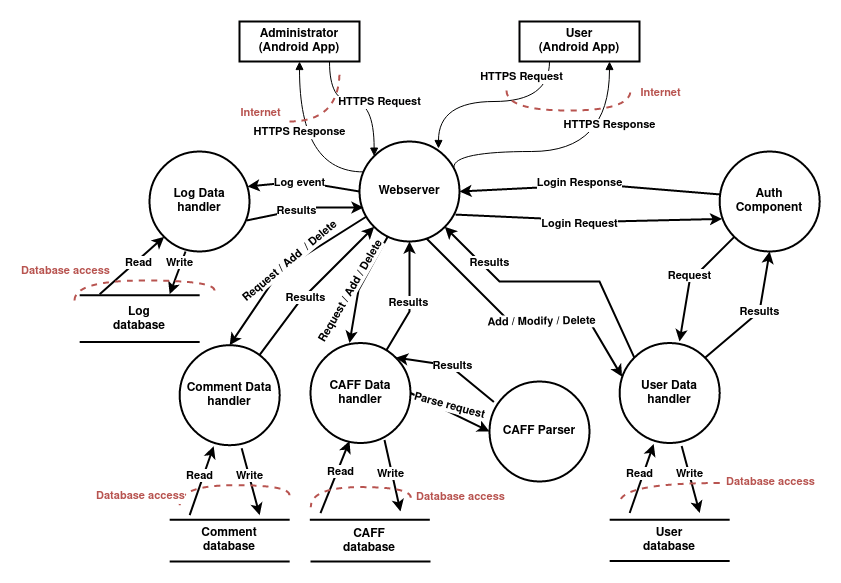
Before: Documentation/Data-flow.png, a diagram exported from draw.io (nemkrisz11/Computer-Security-Homework-2021-SHAjt). Source tidied: cells renumbered, new cells last; positions are measured from the earlier drawing's top-left corner, leaving out a move shared by most shapes.
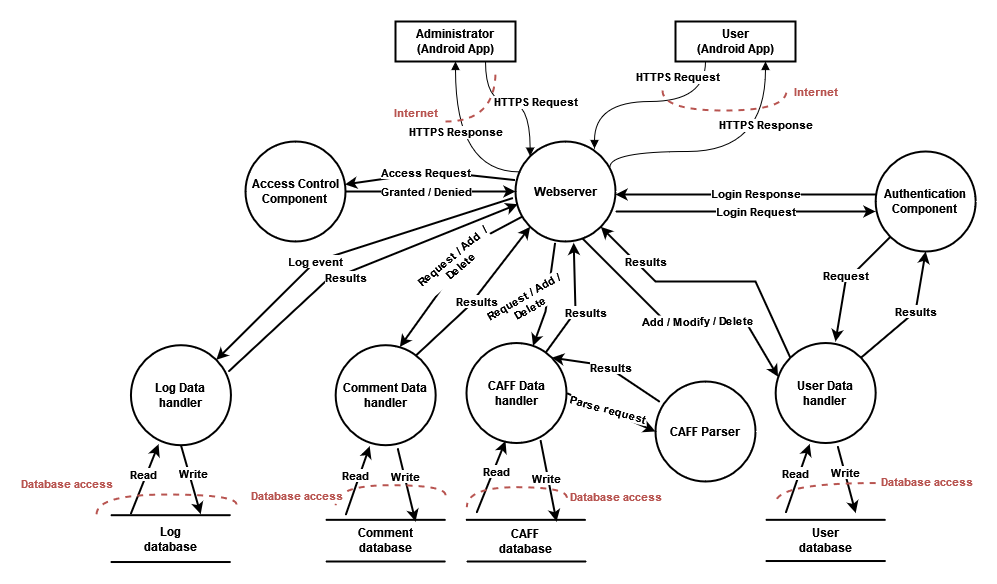
After the commit.

Commit message:
Updated data-flow diagram with Access Control Component

Change to the diagram source:
```diff
@@ -2,6 +2,18 @@
   <root>
     <mxCell id="0" />
     <mxCell id="1" parent="0" />
+    <mxCell id="80" style="endArrow=classic;html=1;rounded=0;strokeWidth=2;elbow=vertical;entryX=0.023;entryY=0.627;entryDx=0;entryDy=0;exitX=0.974;exitY=0.265;exitDx=0;exitDy=0;entryPerimeter=0;exitPerimeter=0;" parent="1" edge="1" source="68" target="2">
+      <mxGeometry relative="1" as="geometry">
+        <Array as="points">
+          <mxPoint x="95" y="260" />
+        </Array>
+      </mxGeometry>
+    </mxCell>
+    <mxCell id="81" value="&lt;b&gt;Results&lt;/b&gt;" style="edgeLabel;html=1;align=center;verticalAlign=middle;fontColor=#000000;rotation=0;" parent="80" vertex="1">
+      <mxGeometry x="0.35" relative="1" as="geometry">
+        <mxPoint x="-70" y="32" as="offset" />
+      </mxGeometry>
+    </mxCell>
     <mxCell id="2" value="&lt;div&gt;&lt;b&gt;Webserver&lt;/b&gt;&lt;/div&gt;" style="ellipse;whiteSpace=wrap;html=1;strokeWidth=2;" parent="1" vertex="1">
       <mxGeometry x="285" y="120" width="100" height="100" as="geometry" />
     </mxCell>
@@ -31,7 +43,7 @@
         </Array>
       </mxGeometry>
     </mxCell>
-    <mxCell id="9" value="&lt;div&gt;&lt;b&gt;Auth&lt;/b&gt;&lt;/div&gt;&lt;div&gt;&lt;b&gt; Component&lt;br&gt;&lt;/b&gt;&lt;/div&gt;" style="ellipse;whiteSpace=wrap;html=1;strokeWidth=2;" parent="1" vertex="1">
+    <mxCell id="9" value="&lt;div&gt;&lt;b&gt;Authentication&lt;/b&gt;&lt;/div&gt;&lt;div&gt;&lt;b&gt; Component&lt;br&gt;&lt;/b&gt;&lt;/div&gt;" style="ellipse;whiteSpace=wrap;html=1;strokeWidth=2;" parent="1" vertex="1">
       <mxGeometry x="645.2" y="130" width="100" height="100" as="geometry" />
     </mxCell>
     <mxCell id="10" style="endArrow=none;dashed=1;html=1;strokeWidth=2;rounded=0;edgeStyle=orthogonalEdgeStyle;curved=1;elbow=vertical;fillColor=#f8cecc;strokeColor=#b85450;" parent="1" edge="1">
@@ -67,55 +79,51 @@
       <mxGeometry x="236" y="321.5" width="100" height="100" as="geometry" />
     </mxCell>
     <mxCell id="16" value="&lt;b&gt;CAFF Parser&lt;br&gt;&lt;/b&gt;" style="ellipse;whiteSpace=wrap;html=1;strokeWidth=2;" parent="1" vertex="1">
-      <mxGeometry x="415" y="360" width="100" height="100" as="geometry" />
+      <mxGeometry x="425" y="360" width="100" height="100" as="geometry" />
     </mxCell>
-    <mxCell id="17" style="endArrow=classic;html=1;rounded=0;strokeWidth=2;elbow=vertical;exitX=0.96;exitY=0.731;exitDx=0;exitDy=0;exitPerimeter=0;entryX=0.024;entryY=0.674;entryDx=0;entryDy=0;entryPerimeter=0;" parent="1" edge="1" source="2" target="9">
+    <mxCell id="17" style="endArrow=classic;html=1;rounded=0;strokeWidth=2;elbow=vertical;" parent="1" edge="1">
       <mxGeometry relative="1" as="geometry">
-        <Array as="points">
-          <mxPoint x="535" y="200" />
-        </Array>
+        <mxPoint x="385" y="190" as="sourcePoint" />
+        <mxPoint x="645" y="190" as="targetPoint" />
       </mxGeometry>
     </mxCell>
     <mxCell id="18" value="&lt;b&gt;Login Request&lt;br&gt;&lt;/b&gt;" style="edgeLabel;html=1;align=center;verticalAlign=middle;" parent="17" vertex="1">
       <mxGeometry x="0.15" y="2" relative="1" as="geometry">
-        <mxPoint x="-30" y="3" as="offset" />
+        <mxPoint x="-10" y="2" as="offset" />
       </mxGeometry>
     </mxCell>
-    <mxCell id="19" style="endArrow=classic;html=1;rounded=0;strokeWidth=2;elbow=vertical;exitX=0.01;exitY=0.43;exitDx=0;exitDy=0;entryX=1;entryY=0.5;entryDx=0;entryDy=0;exitPerimeter=0;" parent="1" edge="1" source="9" target="2">
+    <mxCell id="19" style="endArrow=classic;html=1;rounded=0;strokeWidth=2;elbow=vertical;exitX=0.01;exitY=0.43;exitDx=0;exitDy=0;exitPerimeter=0;" parent="1" edge="1" source="9">
       <mxGeometry relative="1" as="geometry">
-        <Array as="points">
-          <mxPoint x="525" y="163" />
-        </Array>
+        <mxPoint x="385" y="173" as="targetPoint" />
       </mxGeometry>
     </mxCell>
     <mxCell id="20" value="&lt;b&gt;Login Response&lt;br&gt;&lt;/b&gt;" style="edgeLabel;html=1;align=center;verticalAlign=middle;" parent="19" vertex="1">
       <mxGeometry x="0.2" y="2" relative="1" as="geometry">
-        <mxPoint x="16" y="-6" as="offset" />
+        <mxPoint x="36" y="-3" as="offset" />
       </mxGeometry>
     </mxCell>
-    <mxCell id="21" style="endArrow=classic;html=1;rounded=0;strokeWidth=2;elbow=vertical;entryX=0.5;entryY=1;entryDx=0;entryDy=0;" parent="1" edge="1" source="15" target="2">
+    <mxCell id="21" style="endArrow=classic;html=1;rounded=0;strokeWidth=2;elbow=vertical;entryX=0.582;entryY=1.013;entryDx=0;entryDy=0;entryPerimeter=0;" parent="1" edge="1" source="15" target="2">
       <mxGeometry relative="1" as="geometry">
         <Array as="points">
-          <mxPoint x="335" y="290" />
+          <mxPoint x="345" y="290" />
         </Array>
       </mxGeometry>
     </mxCell>
     <mxCell id="22" value="&lt;b&gt;Results&lt;/b&gt;" style="edgeLabel;html=1;align=center;verticalAlign=middle;fontColor=#000000;" parent="21" vertex="1">
       <mxGeometry x="0.07" y="1" relative="1" as="geometry">
-        <mxPoint x="-1" y="6" as="offset" />
+        <mxPoint x="11" y="13" as="offset" />
       </mxGeometry>
     </mxCell>
-    <mxCell id="23" style="endArrow=classic;html=1;rounded=0;strokeWidth=2;elbow=vertical;exitX=0.3;exitY=0.97;exitDx=0;exitDy=0;exitPerimeter=0;entryX=0.39;entryY=0;entryDx=0;entryDy=0;entryPerimeter=0;" parent="1" edge="1" target="15">
+    <mxCell id="23" style="endArrow=classic;html=1;rounded=0;strokeWidth=2;elbow=vertical;exitX=0.396;exitY=1.013;exitDx=0;exitDy=0;exitPerimeter=0;" parent="1" edge="1" source="2" target="15">
       <mxGeometry relative="1" as="geometry">
-        <mxPoint x="313" y="215.5" as="sourcePoint" />
         <Array as="points">
-          <mxPoint x="284" y="268.5" />
+          <mxPoint x="315" y="290" />
         </Array>
       </mxGeometry>
     </mxCell>
-    <mxCell id="24" value="&lt;b&gt;Request / Add / Delete&lt;br&gt;&lt;/b&gt;" style="edgeLabel;html=1;align=center;verticalAlign=middle;fontColor=#000000;rotation=-60;" parent="23" vertex="1">
+    <mxCell id="24" value="&lt;div&gt;&lt;b&gt;Request / Add /&lt;/b&gt;&lt;/div&gt;&lt;div&gt;&lt;b&gt; Delete&lt;/b&gt;&lt;/div&gt;" style="edgeLabel;html=1;align=center;verticalAlign=middle;fontColor=#000000;rotation=-30;" parent="23" vertex="1">
       <mxGeometry x="-0.19" y="1" relative="1" as="geometry">
-        <mxPoint x="-16" y="13" as="offset" />
+        <mxPoint x="-24" y="16" as="offset" />
       </mxGeometry>
     </mxCell>
     <mxCell id="25" style="endArrow=classic;html=1;rounded=0;strokeWidth=2;elbow=vertical;entryX=0.024;entryY=0.337;entryDx=0;entryDy=0;entryPerimeter=0;exitX=0.67;exitY=0.97;exitDx=0;exitDy=0;exitPerimeter=0;" parent="1" edge="1" source="2" target="14">
@@ -206,7 +214,7 @@
     </mxCell>
     <mxCell id="41" value="&lt;b&gt;Write&lt;/b&gt;" style="endArrow=classic;html=1;rounded=0;strokeWidth=2;elbow=vertical;exitX=0.74;exitY=0.97;exitDx=0;exitDy=0;exitPerimeter=0;" parent="1" edge="1" source="15">
       <mxGeometry x="-0.07" y="-2" relative="1" as="geometry">
-        <mxPoint x="326" y="490" as="targetPoint" />
+        <mxPoint x="326" y="500" as="targetPoint" />
         <mxPoint x="1" as="offset" />
       </mxGeometry>
     </mxCell>
@@ -268,7 +276,7 @@
     </mxCell>
     <mxCell id="52" style="endArrow=classic;html=1;rounded=0;strokeWidth=2;elbow=vertical;exitX=0.62;exitY=1.03;exitDx=0;exitDy=0;exitPerimeter=0;fontStyle=1;" parent="1" edge="1" source="46">
       <mxGeometry relative="1" as="geometry">
-        <mxPoint x="185.2" y="493.7" as="targetPoint" />
+        <mxPoint x="185" y="500" as="targetPoint" />
       </mxGeometry>
     </mxCell>
     <mxCell id="53" value="&lt;div&gt;&lt;b&gt;Write&lt;/b&gt;&lt;/div&gt;" style="edgeLabel;html=1;align=center;verticalAlign=middle;" parent="52" vertex="1">
@@ -290,28 +298,29 @@
         <mxPoint x="-89" y="7" as="offset" />
       </mxGeometry>
     </mxCell>
-    <mxCell id="56" style="endArrow=classic;html=1;rounded=0;strokeWidth=2;elbow=vertical;entryX=0.5;entryY=0;entryDx=0;entryDy=0;exitX=0.07;exitY=0.75;exitDx=0;exitDy=0;exitPerimeter=0;" parent="1" edge="1" source="2" target="46">
+    <mxCell id="56" style="endArrow=classic;html=1;rounded=0;strokeWidth=2;elbow=vertical;entryX=0.642;entryY=0.017;entryDx=0;entryDy=0;exitX=0.07;exitY=0.75;exitDx=0;exitDy=0;exitPerimeter=0;entryPerimeter=0;" parent="1" edge="1" source="2" target="46">
       <mxGeometry relative="1" as="geometry">
         <Array as="points">
-          <mxPoint x="205" y="250" />
+          <mxPoint x="245" y="220" />
         </Array>
       </mxGeometry>
     </mxCell>
-    <mxCell id="57" value="&lt;b&gt;Request / Add&amp;nbsp; / Delete&lt;/b&gt;" style="edgeLabel;html=1;align=center;verticalAlign=middle;fontColor=#000000;rotation=-40;" parent="56" vertex="1">
+    <mxCell id="57" value="&lt;div&gt;&lt;b&gt;Request / Add&amp;nbsp; /&lt;/b&gt;&lt;/div&gt;&lt;div&gt;&lt;b&gt; Delete&lt;/b&gt;&lt;/div&gt;" style="edgeLabel;html=1;align=center;verticalAlign=middle;fontColor=#000000;rotation=-40;" parent="56" vertex="1">
       <mxGeometry x="0.35" relative="1" as="geometry">
-        <mxPoint x="24" y="-32" as="offset" />
+        <mxPoint x="21" y="-37" as="offset" />
       </mxGeometry>
     </mxCell>
-    <mxCell id="58" style="endArrow=classic;html=1;rounded=0;fontColor=#B85450;strokeWidth=2;elbow=vertical;entryX=0;entryY=1;entryDx=0;entryDy=0;" parent="1" edge="1" source="46" target="2">
+    <mxCell id="58" style="endArrow=classic;html=1;rounded=0;fontColor=#B85450;strokeWidth=2;elbow=vertical;entryX=0;entryY=1;entryDx=0;entryDy=0;" parent="1" edge="1" target="2">
       <mxGeometry relative="1" as="geometry">
+        <mxPoint x="185.2" y="334.3" as="sourcePoint" />
         <Array as="points">
-          <mxPoint x="225" y="280" />
+          <mxPoint x="238.4" y="284.6" />
         </Array>
       </mxGeometry>
     </mxCell>
     <mxCell id="59" value="&lt;b&gt;Results&lt;/b&gt;" style="edgeLabel;html=1;align=center;verticalAlign=middle;fontColor=#000000;" parent="58" vertex="1">
       <mxGeometry x="-0.3" y="-1" relative="1" as="geometry">
-        <mxPoint x="9" y="-11" as="offset" />
+        <mxPoint x="15" y="-14" as="offset" />
       </mxGeometry>
     </mxCell>
     <mxCell id="60" style="endArrow=classic;html=1;rounded=0;fontColor=#000000;strokeWidth=2;elbow=vertical;exitX=1;exitY=0;exitDx=0;exitDy=0;entryX=0.5;entryY=1;entryDx=0;entryDy=0;" parent="1" edge="1" source="14" target="9">
@@ -348,7 +357,7 @@
     </mxCell>
     <mxCell id="65" value="&lt;b&gt;Results&lt;/b&gt;" style="edgeLabel;html=1;align=center;verticalAlign=middle;fontColor=#000000;" parent="64" vertex="1">
       <mxGeometry x="0.12" y="1" relative="1" as="geometry">
-        <mxPoint x="7" y="-1" as="offset" />
+        <mxPoint x="6" y="1" as="offset" />
       </mxGeometry>
     </mxCell>
     <mxCell id="66" style="endArrow=classic;html=1;rounded=0;fontColor=#000000;strokeWidth=2;elbow=vertical;exitX=1;exitY=0.5;exitDx=0;exitDy=0;entryX=0;entryY=0.5;entryDx=0;entryDy=0;" parent="1" edge="1" source="15" target="16">
@@ -356,30 +365,30 @@
     </mxCell>
     <mxCell id="67" value="&lt;b&gt;Parse request&lt;br&gt;&lt;/b&gt;" style="edgeLabel;html=1;align=center;verticalAlign=middle;fontColor=#000000;rotation=15;" parent="66" vertex="1">
       <mxGeometry x="-0.3" y="3" relative="1" as="geometry">
-        <mxPoint x="9" y="1" as="offset" />
+        <mxPoint x="10" y="5" as="offset" />
       </mxGeometry>
     </mxCell>
     <mxCell id="68" value="&lt;div&gt;&lt;b&gt;Log Data&lt;/b&gt;&lt;/div&gt;&lt;div&gt;&lt;b&gt; handler&lt;/b&gt;&lt;/div&gt;" style="ellipse;whiteSpace=wrap;html=1;strokeWidth=2;" parent="1" vertex="1">
-      <mxGeometry x="75" y="130" width="100" height="100" as="geometry" />
+      <mxGeometry x="-99.6" y="323.7" width="100" height="100" as="geometry" />
     </mxCell>
     <mxCell id="69" style="endArrow=none;html=1;rounded=0;strokeWidth=2;elbow=vertical;" parent="1" edge="1">
       <mxGeometry relative="1" as="geometry">
-        <mxPoint x="5.2" y="273.7" as="sourcePoint" />
-        <mxPoint x="125.2" y="273.7" as="targetPoint" />
+        <mxPoint x="-119.8" y="493.7" as="sourcePoint" />
+        <mxPoint x="0.2" y="493.7" as="targetPoint" />
       </mxGeometry>
     </mxCell>
     <mxCell id="70" style="endArrow=none;html=1;rounded=0;strokeWidth=2;elbow=vertical;" parent="1" edge="1">
       <mxGeometry relative="1" as="geometry">
-        <mxPoint x="5.2" y="320.5" as="sourcePoint" />
-        <mxPoint x="125.2" y="320.5" as="targetPoint" />
+        <mxPoint x="-119.8" y="540.5" as="sourcePoint" />
+        <mxPoint x="0.2" y="540.5" as="targetPoint" />
       </mxGeometry>
     </mxCell>
     <mxCell id="71" value="&lt;b&gt;Log database&lt;/b&gt;" style="text;html=1;strokeColor=none;fillColor=none;align=center;verticalAlign=middle;whiteSpace=wrap;rounded=0;" parent="1" vertex="1">
-      <mxGeometry x="35.2" y="282.7" width="60" height="30" as="geometry" />
+      <mxGeometry x="-89.8" y="502.7" width="60" height="30" as="geometry" />
     </mxCell>
-    <mxCell id="72" style="endArrow=classic;html=1;rounded=0;strokeWidth=2;elbow=vertical;entryX=0;entryY=1;entryDx=0;entryDy=0;" parent="1" edge="1" target="68">
+    <mxCell id="72" style="endArrow=classic;html=1;rounded=0;strokeWidth=2;elbow=vertical;entryX=0.276;entryY=0.99;entryDx=0;entryDy=0;entryPerimeter=0;" parent="1" edge="1" target="68">
       <mxGeometry relative="1" as="geometry">
-        <mxPoint x="25.2" y="272.7" as="sourcePoint" />
+        <mxPoint x="-99.8" y="492.7" as="sourcePoint" />
       </mxGeometry>
     </mxCell>
     <mxCell id="73" value="&lt;b&gt;Read&lt;/b&gt;" style="edgeLabel;html=1;align=center;verticalAlign=middle;" parent="72" vertex="1">
@@ -387,54 +396,63 @@
         <mxPoint x="-8" y="8" as="offset" />
       </mxGeometry>
     </mxCell>
-    <mxCell id="74" style="endArrow=classic;html=1;rounded=0;strokeWidth=2;elbow=vertical;exitX=0.36;exitY=1;exitDx=0;exitDy=0;exitPerimeter=0;fontStyle=1;" parent="1" edge="1" source="68">
+    <mxCell id="74" style="endArrow=classic;html=1;rounded=0;strokeWidth=2;elbow=vertical;exitX=0.5;exitY=1;exitDx=0;exitDy=0;fontStyle=1;" parent="1" edge="1" source="68">
       <mxGeometry relative="1" as="geometry">
-        <mxPoint x="95.2" y="272.7" as="targetPoint" />
+        <mxPoint x="-29.8" y="492.7" as="targetPoint" />
       </mxGeometry>
     </mxCell>
     <mxCell id="75" value="&lt;div&gt;&lt;b&gt;Write&lt;/b&gt;&lt;/div&gt;" style="edgeLabel;html=1;align=center;verticalAlign=middle;" parent="74" vertex="1">
       <mxGeometry x="-0.61" relative="1" as="geometry">
-        <mxPoint x="-3" y="2" as="offset" />
+        <mxPoint x="8" y="14" as="offset" />
       </mxGeometry>
     </mxCell>
     <mxCell id="76" style="endArrow=none;dashed=1;html=1;strokeWidth=2;rounded=0;edgeStyle=orthogonalEdgeStyle;curved=1;elbow=vertical;fillColor=#f8cecc;strokeColor=#b85450;" parent="1" edge="1">
       <mxGeometry relative="1" as="geometry">
-        <mxPoint x="140" y="269" as="sourcePoint" />
-        <mxPoint y="279" as="targetPoint" />
+        <mxPoint x="6" y="483" as="sourcePoint" />
+        <mxPoint x="-134" y="493" as="targetPoint" />
         <Array as="points">
-          <mxPoint x="140" y="259" />
-          <mxPoint y="259" />
+          <mxPoint x="6" y="473" />
+          <mxPoint x="-134" y="473" />
         </Array>
       </mxGeometry>
     </mxCell>
     <mxCell id="77" value="&lt;b&gt;Database access&lt;br&gt;&lt;/b&gt;" style="edgeLabel;html=1;align=center;verticalAlign=middle;fontColor=#B85450;" parent="76" vertex="1">
       <mxGeometry x="0.02" y="3" relative="1" as="geometry">
-        <mxPoint x="-74" y="-14" as="offset" />
+        <mxPoint x="-94" y="-14" as="offset" />
       </mxGeometry>
     </mxCell>
-    <mxCell id="78" style="endArrow=classic;html=1;rounded=0;strokeWidth=2;elbow=vertical;entryX=0.98;entryY=0.35;entryDx=0;entryDy=0;exitX=0;exitY=0.5;exitDx=0;exitDy=0;entryPerimeter=0;" parent="1" edge="1" source="2" target="68">
+    <mxCell id="78" style="endArrow=classic;html=1;rounded=0;strokeWidth=2;elbow=vertical;entryX=1;entryY=0;entryDx=0;entryDy=0;exitX=-0.025;exitY=0.565;exitDx=0;exitDy=0;exitPerimeter=0;" parent="1" edge="1" source="2" target="68">
       <mxGeometry relative="1" as="geometry">
         <Array as="points">
-          <mxPoint x="225" y="160" />
+          <mxPoint x="85" y="240" />
         </Array>
       </mxGeometry>
     </mxCell>
     <mxCell id="79" value="&lt;b&gt;Log event&lt;br&gt;&lt;/b&gt;" style="edgeLabel;html=1;align=center;verticalAlign=middle;fontColor=#000000;rotation=0;" parent="78" vertex="1">
       <mxGeometry x="0.35" relative="1" as="geometry">
-        <mxPoint x="15" y="-1" as="offset" />
+        <mxPoint x="19" y="-19" as="offset" />
       </mxGeometry>
     </mxCell>
-    <mxCell id="80" style="endArrow=classic;html=1;rounded=0;strokeWidth=2;elbow=vertical;entryX=0.04;entryY=0.66;entryDx=0;entryDy=0;exitX=0.97;exitY=0.69;exitDx=0;exitDy=0;entryPerimeter=0;exitPerimeter=0;" parent="1" edge="1" source="68" target="2">
-      <mxGeometry relative="1" as="geometry">
-        <Array as="points">
-          <mxPoint x="235" y="186" />
-        </Array>
-      </mxGeometry>
-    </mxCell>
-    <mxCell id="81" value="&lt;b&gt;Results&lt;/b&gt;" style="edgeLabel;html=1;align=center;verticalAlign=middle;fontColor=#000000;rotation=0;" parent="80" vertex="1">
-      <mxGeometry x="0.35" relative="1" as="geometry">
-        <mxPoint x="-29" y="2" as="offset" />
-      </mxGeometry>
-    </mxCell>
+    <mxCell id="82" value="&lt;div&gt;&lt;b&gt;Access Control&lt;/b&gt;&lt;/div&gt;&lt;div&gt;&lt;b&gt;Component&lt;br&gt;&lt;/b&gt;&lt;/div&gt;" style="ellipse;whiteSpace=wrap;html=1;strokeWidth=2;" parent="1" vertex="1">
+      <mxGeometry x="15" y="120" width="100" height="100" as="geometry" />
+    </mxCell>
+    <mxCell id="83" style="endArrow=classic;html=1;rounded=0;entryX=0;entryY=0.5;entryDx=0;entryDy=0;exitX=1;exitY=0.5;exitDx=0;exitDy=0;strokeWidth=2;" parent="1" edge="1" source="82" target="2">
+      <mxGeometry relative="1" as="geometry" />
+    </mxCell>
+    <mxCell id="84" value="&lt;b&gt;Granted / Denied&lt;br&gt;&lt;/b&gt;" style="edgeLabel;html=1;align=center;verticalAlign=middle;" parent="83" vertex="1">
+      <mxGeometry x="-0.31" y="-2" relative="1" as="geometry">
+        <mxPoint x="21" y="-2" as="offset" />
+      </mxGeometry>
+    </mxCell>
+    <mxCell id="85" style="endArrow=classic;html=1;rounded=0;exitX=-0.004;exitY=0.386;exitDx=0;exitDy=0;exitPerimeter=0;strokeWidth=2;elbow=vertical;" parent="1" edge="1" source="2" target="82">
+      <mxGeometry relative="1" as="geometry">
+        <Array as="points">
+          <mxPoint x="205" y="150" />
+        </Array>
+      </mxGeometry>
+    </mxCell>
+    <mxCell id="86" value="&lt;b&gt;Access Request&lt;/b&gt;" style="edgeLabel;html=1;align=center;verticalAlign=middle;" parent="85" vertex="1">
+      <mxGeometry x="0.05" y="-1" relative="1" as="geometry" />
+    </mxCell>
   </root>
 </mxGraphModel>
```
